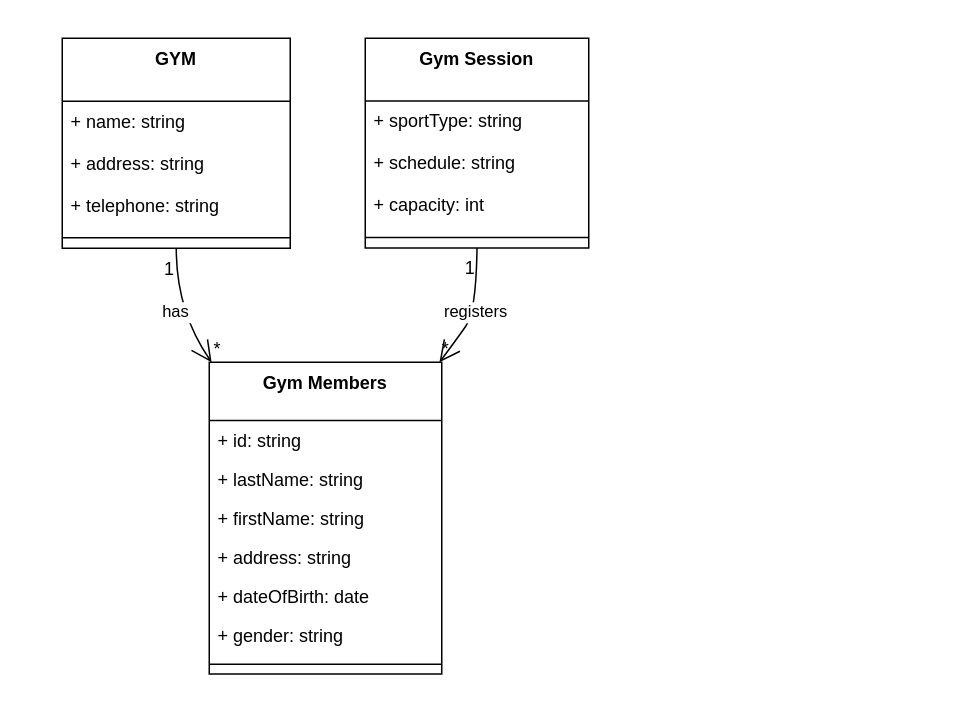
This is Gym relational model.drawio from Elegido7/Gym-entity_Project, a draw.io file, before an edit. Source tidied: cells renumbered, new cells numbered last; positions are measured from the earlier drawing's top-left corner, leaving out a move shared by most shapes. Both pictures are drawn from the tidied source at 150%, with x=0, y=0 at pixel (62, 38).
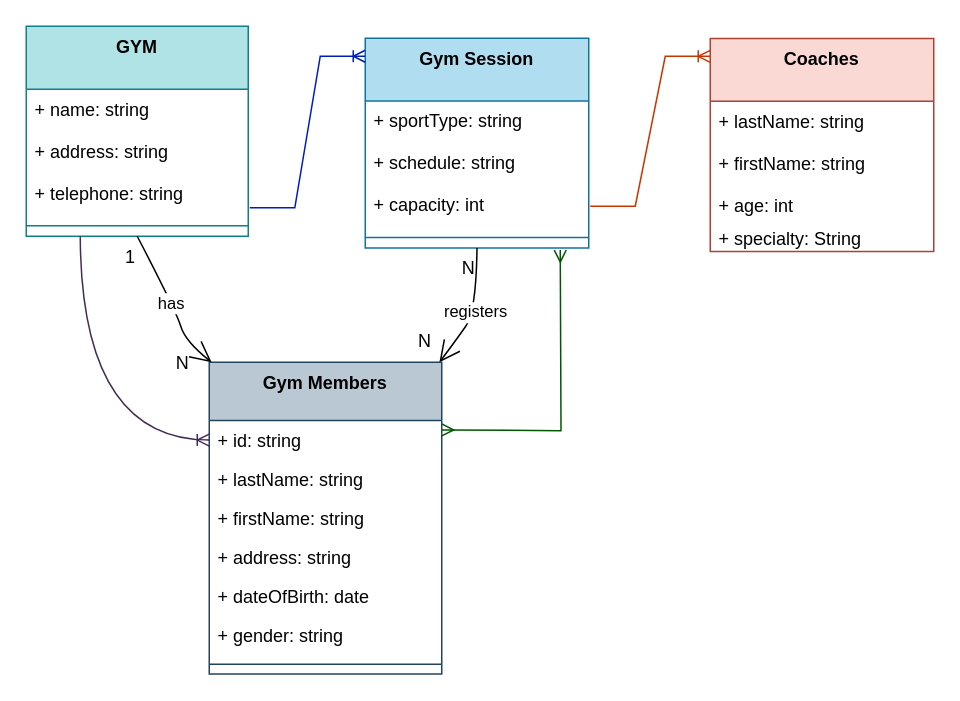
After the change.

Commit message (it also covers changes not shown here):
finalized entity gym diagram with a screenshot for overview

The change refers to these unchanged cells:
```xml
<mxCell id="8" value="+ id: string" style="text;strokeColor=none;fillColor=none;align=left;verticalAlign=top;spacingLeft=4;spacingRight=4;overflow=hidden;points=[[0,0.5],[1,0.5]];portConstraint=eastwest;" parent="7" vertex="1">
  <mxGeometry y="38.9" width="155" height="26" as="geometry" />
</mxCell>
<mxCell id="23" value="registers" style="curved=1;startArrow=none;endArrow=open;endSize=12;exitX=0.5;exitY=1;entryX=0.99;entryY=0;" parent="1" edge="1" source="15" target="7">
  <mxGeometry relative="1" as="geometry">
    <Array as="points">
      <mxPoint x="276" y="182" />
      <mxPoint x="262" y="202" />
    </Array>
  </mxGeometry>
</mxCell>
```

The edit, as a diff of the source:
```diff
@@
-    <mxCell id="2" value="GYM" style="swimlane;fontStyle=1;align=center;verticalAlign=top;horizontal=1;startSize=41.95000305175782;" parent="1" vertex="1">
-      <mxGeometry width="152" height="140" as="geometry" />
+    <mxCell id="2" value="GYM" style="swimlane;fontStyle=1;align=center;verticalAlign=top;horizontal=1;startSize=41.95000305175782;fillColor=#b0e3e6;strokeColor=#0e8088;" parent="1" vertex="1">
+      <mxGeometry x="-24" y="-8" width="148" height="140" as="geometry" />
     </mxCell>
     <mxCell id="3" value="+ name: string" style="text;strokeColor=none;fillColor=none;align=left;verticalAlign=top;spacingLeft=4;spacingRight=4;overflow=hidden;" parent="2" vertex="1">
-      <mxGeometry y="42" width="152" height="28" as="geometry" />
+      <mxGeometry y="42" width="148" height="28" as="geometry" />
     </mxCell>
     <mxCell id="4" value="+ address: string" style="text;strokeColor=none;fillColor=none;align=left;verticalAlign=top;spacingLeft=4;spacingRight=4;overflow=hidden;" parent="2" vertex="1">
-      <mxGeometry y="70" width="152" height="28" as="geometry" />
+      <mxGeometry y="70" width="148" height="28" as="geometry" />
     </mxCell>
     <mxCell id="5" value="+ telephone: string" style="text;strokeColor=none;fillColor=none;align=left;verticalAlign=top;spacingLeft=4;spacingRight=4;overflow=hidden;points=[[0,0.5],[1,0.5]];portConstraint=eastwest;" parent="2" vertex="1">
-      <mxGeometry y="98" width="152" height="28" as="geometry" />
+      <mxGeometry y="98" width="148" height="28" as="geometry" />
     </mxCell>
     <mxCell id="6" style="line;strokeWidth=1;fillColor=none;align=left;verticalAlign=middle;spacingTop=-1;spacingLeft=3;spacingRight=3;labelPosition=right;strokeColor=inherit;" parent="2" vertex="1">
-      <mxGeometry y="126" width="152" height="14" as="geometry" />
+      <mxGeometry y="126" width="148" height="14" as="geometry" />
     </mxCell>
-    <mxCell id="7" value="Gym Members" style="swimlane;fontStyle=1;align=center;verticalAlign=top;horizontal=1;startSize=38.85000228881836;" parent="1" vertex="1">
+    <mxCell id="7" value="Gym Members" style="swimlane;fontStyle=1;align=center;verticalAlign=top;horizontal=1;startSize=38.85000228881836;fillColor=#bac8d3;strokeColor=#23445d;" parent="1" vertex="1">
       <mxGeometry x="98" y="216" width="155" height="207.9" as="geometry" />
     </mxCell>
@@
-    <mxCell id="15" value="Gym Session" style="swimlane;fontStyle=1;align=center;verticalAlign=top;horizontal=1;startSize=41.900001525878906;" parent="1" vertex="1">
+    <mxCell id="15" value="Gym Session" style="swimlane;fontStyle=1;align=center;verticalAlign=top;horizontal=1;startSize=41.900001525878906;fillColor=#b1ddf0;strokeColor=#10739e;" parent="1" vertex="1">
       <mxGeometry x="202" width="149" height="139.9" as="geometry" />
     </mxCell>
@@
     <mxCell id="20" value="has" style="curved=1;startArrow=none;endArrow=open;endSize=12;exitX=0.5;exitY=1;entryX=0.01;entryY=0;" parent="1" edge="1" source="2" target="7">
       <mxGeometry relative="1" as="geometry">
         <Array as="points">
           <mxPoint x="76" y="182" />
+          <mxPoint x="82" y="202" />
         </Array>
       </mxGeometry>
     </mxCell>
@@
-    <mxCell id="22" value="*" style="edgeLabel;labelBackgroundColor=none;fontSize=12;align=left;verticalAlign=bottom;" parent="20" vertex="1">
-      <mxGeometry x="1" relative="1" as="geometry" />
-    </mxCell>
@@
-    <mxCell id="24" value="1" style="edgeLabel;labelBackgroundColor=none;fontSize=12;align=right;verticalAlign=top;" parent="23" vertex="1">
+    <mxCell id="24" value="N" style="edgeLabel;labelBackgroundColor=none;fontSize=12;align=right;verticalAlign=top;" parent="23" vertex="1">
       <mxGeometry x="-1" relative="1" as="geometry" />
     </mxCell>
-    <mxCell id="25" value="*" style="edgeLabel;labelBackgroundColor=none;fontSize=12;align=left;verticalAlign=bottom;" parent="23" vertex="1">
-      <mxGeometry x="1" relative="1" as="geometry" />
-    </mxCell>
+    <mxCell id="26" value="Coaches" style="swimlane;fontStyle=1;align=center;verticalAlign=top;horizontal=1;startSize=41.900001525878906;fillColor=#fad9d5;strokeColor=#ae4132;" parent="1" vertex="1">
+      <mxGeometry x="432" y="0.1" width="149" height="142.1" as="geometry" />
+    </mxCell>
+    <mxCell id="27" value="+ lastName: string" style="text;strokeColor=none;fillColor=none;align=left;verticalAlign=top;spacingLeft=4;spacingRight=4;overflow=hidden;" parent="26" vertex="1">
+      <mxGeometry y="41.9" width="149" height="28" as="geometry" />
+    </mxCell>
+    <mxCell id="28" value="+ firstName: string" style="text;strokeColor=none;fillColor=none;align=left;verticalAlign=top;spacingLeft=4;spacingRight=4;overflow=hidden;" parent="26" vertex="1">
+      <mxGeometry y="69.9" width="149" height="28" as="geometry" />
+    </mxCell>
+    <mxCell id="29" value="+ age: int" style="text;strokeColor=none;fillColor=none;align=left;verticalAlign=top;spacingLeft=4;spacingRight=4;overflow=hidden;" parent="26" vertex="1">
+      <mxGeometry y="97.9" width="149" height="22.1" as="geometry" />
+    </mxCell>
+    <mxCell id="30" value="+ specialty: String" style="text;strokeColor=none;fillColor=none;align=left;verticalAlign=top;spacingLeft=4;spacingRight=4;overflow=hidden;" parent="26" vertex="1">
+      <mxGeometry y="120" width="149" height="22.1" as="geometry" />
+    </mxCell>
+    <mxCell id="31" style="edgeStyle=entityRelationEdgeStyle;fontSize=12;html=1;endArrow=ERoneToMany;rounded=0;entryX=0;entryY=0.084;entryDx=0;entryDy=0;entryPerimeter=0;fillColor=#fa6800;strokeColor=#C73500;" parent="1" edge="1" target="26">
+      <mxGeometry relative="1" as="geometry">
+        <mxPoint x="352" y="112" as="sourcePoint" />
+      </mxGeometry>
+    </mxCell>
+    <mxCell id="32" style="edgeStyle=entityRelationEdgeStyle;fontSize=12;html=1;endArrow=ERoneToMany;rounded=0;entryX=0;entryY=0.084;entryDx=0;entryDy=0;entryPerimeter=0;exitX=1.007;exitY=0.823;exitDx=0;exitDy=0;exitPerimeter=0;fillColor=#0050ef;strokeColor=#001DBC;" parent="1" edge="1" source="5">
+      <mxGeometry relative="1" as="geometry">
+        <mxPoint x="202" y="12" as="targetPoint" />
+      </mxGeometry>
+    </mxCell>
+    <mxCell id="33" style="edgeStyle=orthogonalEdgeStyle;fontSize=12;html=1;endArrow=ERmany;startArrow=ERmany;rounded=0;fillColor=#008a00;strokeColor=#005700;" parent="1" edge="1">
+      <mxGeometry relative="1" as="geometry">
+        <mxPoint x="253" y="261.1" as="sourcePoint" />
+        <mxPoint x="332" y="141.2" as="targetPoint" />
+      </mxGeometry>
+    </mxCell>
+    <mxCell id="34" style="edgeStyle=orthogonalEdgeStyle;fontSize=12;html=1;endArrow=ERoneToMany;rounded=0;curved=1;entryX=0;entryY=0.5;entryDx=0;entryDy=0;fillColor=#76608a;strokeColor=#432D57;" parent="1" edge="1" target="8">
+      <mxGeometry relative="1" as="geometry">
+        <mxPoint x="12" y="132" as="sourcePoint" />
+      </mxGeometry>
+    </mxCell>
+    <mxCell id="35" value="N" style="text;strokeColor=none;align=center;fillColor=none;html=1;verticalAlign=middle;whiteSpace=wrap;rounded=0;" parent="1" vertex="1">
+      <mxGeometry x="232" y="192" width="20" height="20" as="geometry" />
+    </mxCell>
+    <mxCell id="36" value="N" style="text;strokeColor=none;align=center;fillColor=none;html=1;verticalAlign=middle;whiteSpace=wrap;rounded=0;" parent="1" vertex="1">
+      <mxGeometry x="72" y="212" width="17" height="10" as="geometry" />
+    </mxCell>
```
